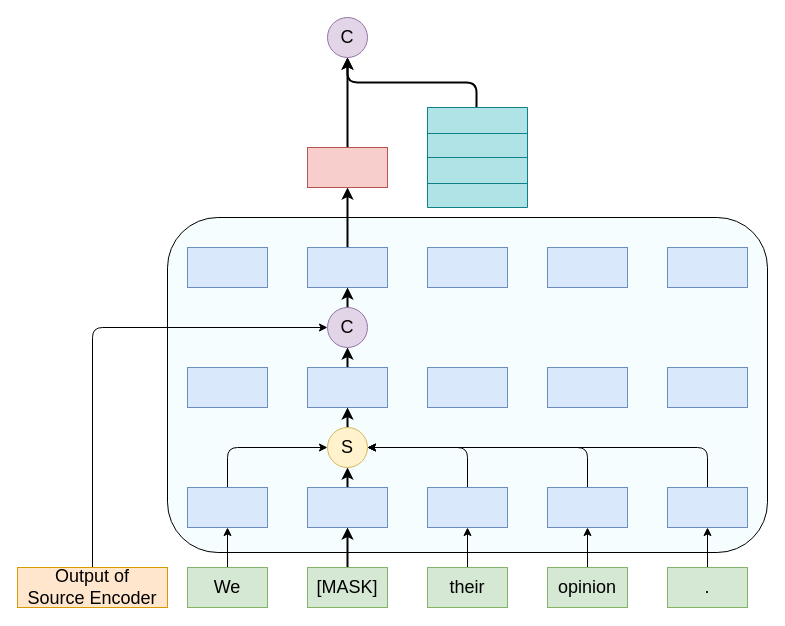
Before: 未命名绘图.drawio in yc1999/electra_pytorch, a draw.io diagram. Source tidied: cells renumbered, new cells numbered last; positions are measured from the earlier drawing's top-left corner, leaving out a move shared by most shapes. Both pictures are drawn from the tidied source at 100%, with x=0, y=0 at pixel (17, 17).
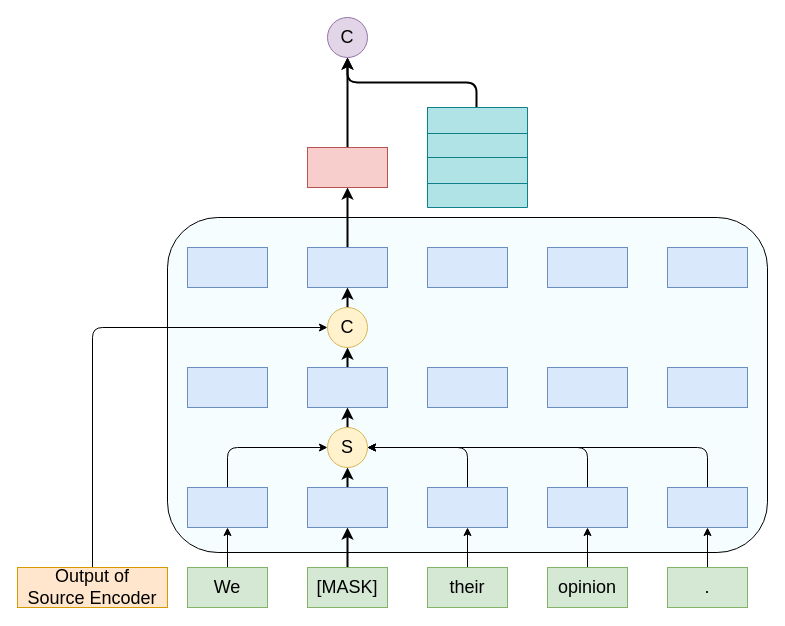
After the change.

Commit message:
更新未命名绘图.drawio

Change to the diagram source:
```diff
@@
-    <mxCell id="38" value="C" style="ellipse;whiteSpace=wrap;html=1;fontSize=18;fillColor=#e1d5e7;strokeColor=#9673a6;" parent="1" vertex="1">
+    <mxCell id="38" value="C" style="ellipse;whiteSpace=wrap;html=1;fontSize=18;fillColor=#fff2cc;strokeColor=#d6b656;" parent="1" vertex="1">
       <mxGeometry x="310" y="290" width="40" height="40" as="geometry" />
     </mxCell>
```
